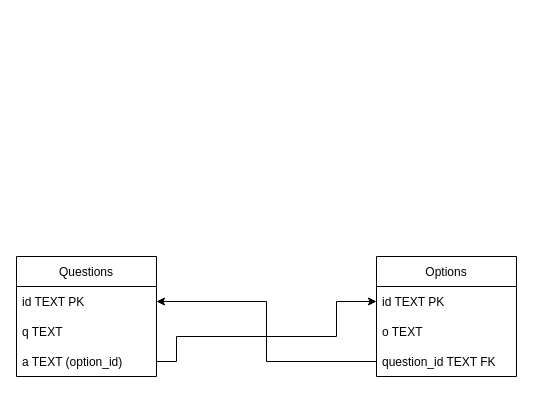
This is pcep/Untitled Diagram.drawio from vgenov-py/t603, a draw.io file, before an edit. Source tidied: cells renumbered, new cells numbered last; positions are measured from the earlier drawing's top-left corner, leaving out a move shared by most shapes. Both pictures are drawn from the tidied source at 100%, with x=0, y=0 at pixel (16, 256).
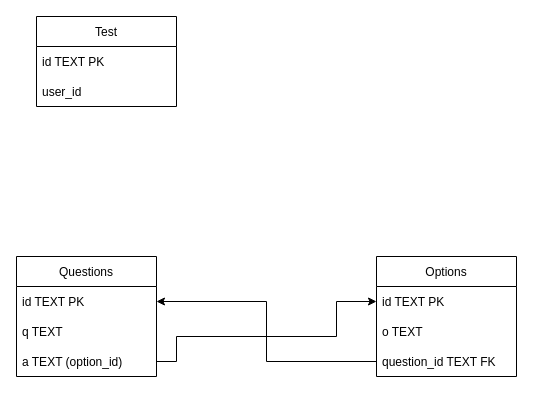
Above is the later version.

The edit, as a diff of the source:
```diff
@@
 <mxGraphModel>
   <root>
     <mxCell id="0" />
     <mxCell id="1" parent="0" />
     <mxCell id="2" value="Questions" style="swimlane;fontStyle=0;horizontal=1;startSize=30;" parent="1" vertex="1">
       <mxGeometry width="140" height="120" as="geometry" />
     </mxCell>
     <mxCell id="3" value="id TEXT PK" style="text;strokeColor=none;fillColor=none;align=left;verticalAlign=middle;spacingLeft=4;spacingRight=4;overflow=hidden;points=[[0,0.5],[1,0.5]];portConstraint=eastwest;" parent="2" vertex="1">
       <mxGeometry y="30" width="140" height="30" as="geometry" />
     </mxCell>
     <mxCell id="4" value="q TEXT " style="text;strokeColor=none;fillColor=none;align=left;verticalAlign=middle;spacingLeft=4;spacingRight=4;overflow=hidden;" parent="2" vertex="1">
       <mxGeometry y="60" width="140" height="30" as="geometry" />
     </mxCell>
     <mxCell id="5" value="a TEXT (option_id)" style="text;strokeColor=none;fillColor=none;align=left;verticalAlign=middle;spacingLeft=4;spacingRight=4;overflow=hidden;points=[[0,0.5],[1,0.5]];portConstraint=eastwest;" parent="2" vertex="1">
       <mxGeometry y="90" width="140" height="30" as="geometry" />
     </mxCell>
     <mxCell id="6" value="Options" style="swimlane;fontStyle=0;horizontal=1;startSize=30;" parent="1" vertex="1">
       <mxGeometry x="360" width="140" height="120" as="geometry" />
     </mxCell>
     <mxCell id="7" value="id TEXT PK" style="text;strokeColor=none;fillColor=none;align=left;verticalAlign=middle;spacingLeft=4;spacingRight=4;overflow=hidden;points=[[0,0.5],[1,0.5]];portConstraint=eastwest;" parent="6" vertex="1">
       <mxGeometry y="30" width="140" height="30" as="geometry" />
     </mxCell>
     <mxCell id="8" value="o TEXT" style="text;strokeColor=none;fillColor=none;align=left;verticalAlign=middle;spacingLeft=4;spacingRight=4;overflow=hidden;" parent="6" vertex="1">
       <mxGeometry y="60" width="140" height="30" as="geometry" />
     </mxCell>
     <mxCell id="9" value="question_id TEXT FK" style="text;strokeColor=none;fillColor=none;align=left;verticalAlign=middle;spacingLeft=4;spacingRight=4;overflow=hidden;points=[[0,0.5],[1,0.5]];portConstraint=eastwest;" parent="6" vertex="1">
       <mxGeometry y="90" width="140" height="30" as="geometry" />
     </mxCell>
     <mxCell id="10" style="edgeStyle=orthogonalEdgeStyle;rounded=0;jettySize=auto;html=1;entryX=1;entryY=0.5;entryDx=0;entryDy=0;" parent="1" edge="1" source="9" target="3">
       <mxGeometry relative="1" as="geometry" />
     </mxCell>
     <mxCell id="11" style="edgeStyle=orthogonalEdgeStyle;rounded=0;jettySize=auto;html=1;exitX=1;exitY=0.5;exitDx=0;exitDy=0;entryX=0;entryY=0.5;entryDx=0;entryDy=0;" parent="1" edge="1" source="5" target="7">
       <mxGeometry relative="1" as="geometry">
         <Array as="points">
           <mxPoint x="160" y="105" />
           <mxPoint x="160" y="80" />
           <mxPoint x="320" y="80" />
           <mxPoint x="320" y="45" />
         </Array>
       </mxGeometry>
     </mxCell>
+    <mxCell id="12" value="Test" style="swimlane;fontStyle=0;horizontal=1;startSize=30;" parent="1" vertex="1">
+      <mxGeometry x="20" y="-240" width="140" height="90" as="geometry" />
+    </mxCell>
+    <mxCell id="13" value="id TEXT PK" style="text;strokeColor=none;fillColor=none;align=left;verticalAlign=middle;spacingLeft=4;spacingRight=4;overflow=hidden;" parent="12" vertex="1">
+      <mxGeometry y="30" width="140" height="30" as="geometry" />
+    </mxCell>
+    <mxCell id="14" value="user_id" style="text;strokeColor=none;fillColor=none;align=left;verticalAlign=middle;spacingLeft=4;spacingRight=4;overflow=hidden;" parent="12" vertex="1">
+      <mxGeometry y="60" width="140" height="30" as="geometry" />
+    </mxCell>
   </root>
 </mxGraphModel>
```
